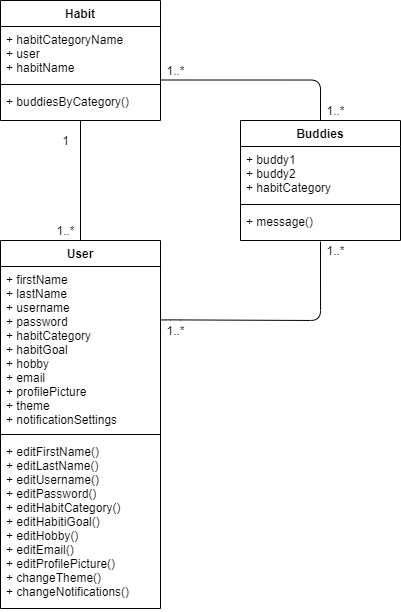
This is domainModel.png from calvin-cs262-fall2020-teamH/habitbuddy-project, a draw.io export, as it was before one commit. Source tidied: cells renumbered, new cells last; positions are measured from the earlier drawing's top-left corner, leaving out a move shared by most shapes.
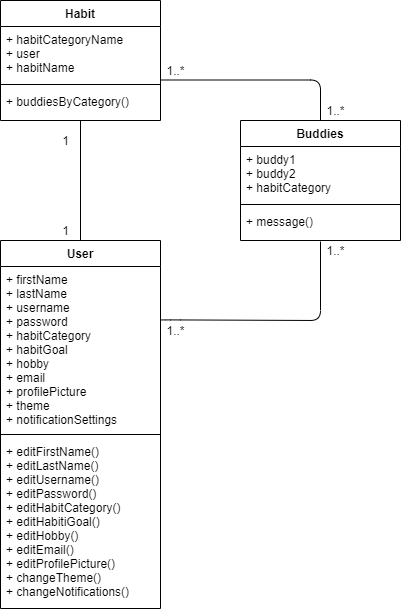
The same file after the commit.

Diff of the diagram source:
```diff
@@ -57,8 +57,8 @@
     <mxCell id="17" value="1&lt;br&gt;" style="text;html=1;align=center;verticalAlign=middle;" parent="1" vertex="1">
       <mxGeometry x="55" y="130" width="20" height="20" as="geometry" />
     </mxCell>
-    <mxCell id="18" value="1..*" style="text;html=1;align=center;verticalAlign=middle;" parent="1" vertex="1">
-      <mxGeometry x="50" y="220" width="30" height="20" as="geometry" />
+    <mxCell id="18" value="1" style="text;html=1;align=center;verticalAlign=middle;" parent="1" vertex="1">
+      <mxGeometry x="55" y="220" width="20" height="20" as="geometry" />
     </mxCell>
     <mxCell id="19" value="1..*" style="text;html=1;align=center;verticalAlign=middle;" parent="1" vertex="1">
       <mxGeometry x="320" y="240" width="30" height="20" as="geometry" />
```
